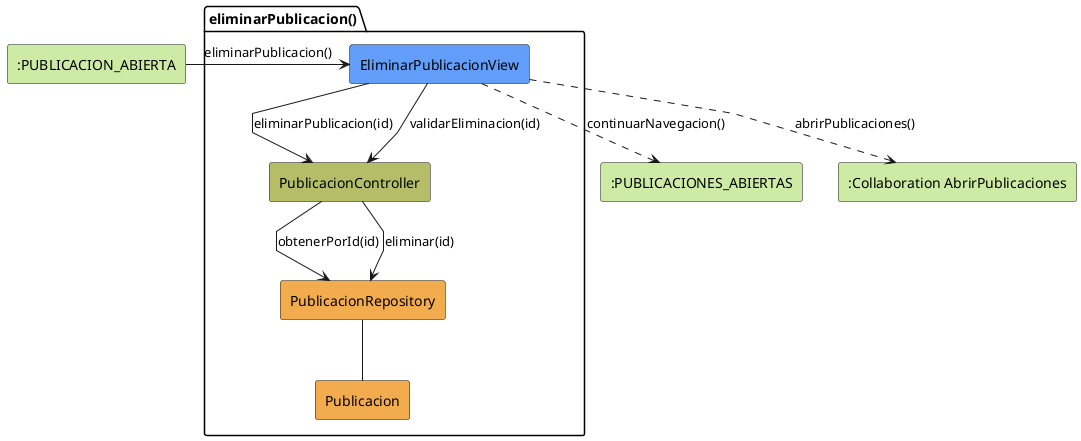
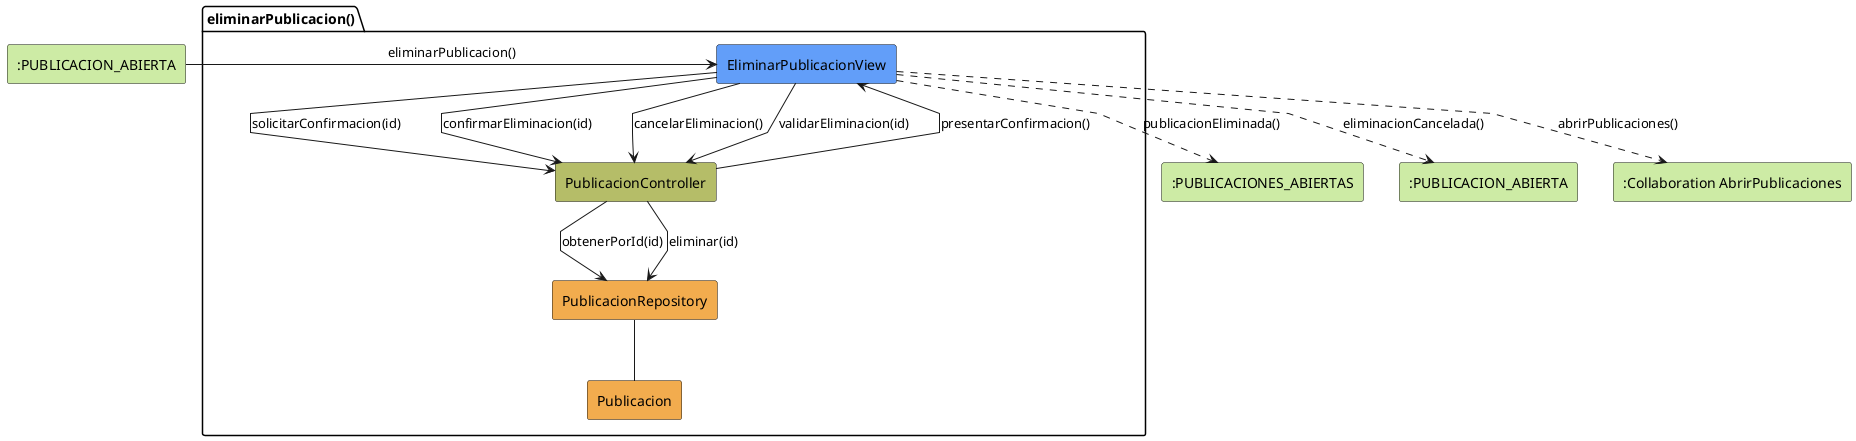
@startuml eliminarPublicacion-analisis
skinparam linetype polyline

rectangle #CDEBA5 ":PUBLICACION_ABIERTA" as EstadoEntrada
package eliminarPublicacion as "eliminarPublicacion()" {
    rectangle #629EF9 EliminarPublicacionView
    rectangle #b5bd68 PublicacionController
    rectangle #F2AC4E PublicacionRepository
    rectangle #F2AC4E Publicacion
}

- rectangle #CDEBA5 ":PUBLICACIONES_ABIERTAS" as EstadoSalida
+ rectangle #CDEBA5 ":PUBLICACIONES_ABIERTAS" as EstadoSalidaExitosa
+ rectangle #CDEBA5 ":PUBLICACION_ABIERTA" as EstadoSalidaCancelada
rectangle #CDEBA5 ":Collaboration AbrirPublicaciones" as AbrirPublicaciones

EstadoEntrada -r-> EliminarPublicacionView: eliminarPublicacion()

- EliminarPublicacionView -d-> PublicacionController: eliminarPublicacion(id)
+ EliminarPublicacionView -d-> PublicacionController: solicitarConfirmacion(id)
+ PublicacionController --> EliminarPublicacionView: presentarConfirmacion()
+ EliminarPublicacionView --> PublicacionController: confirmarEliminacion(id)
+ EliminarPublicacionView --> PublicacionController: cancelarEliminacion()
EliminarPublicacionView --> PublicacionController: validarEliminacion(id)
PublicacionController --> PublicacionRepository: obtenerPorId(id)
PublicacionController --> PublicacionRepository: eliminar(id)
PublicacionRepository -- Publicacion
- EliminarPublicacionView ..> EstadoSalida: continuarNavegacion()
+ EliminarPublicacionView ..> EstadoSalidaExitosa: publicacionEliminada()
+ EliminarPublicacionView ..> EstadoSalidaCancelada: eliminacionCancelada()
EliminarPublicacionView ..> AbrirPublicaciones: abrirPublicaciones()

@enduml
